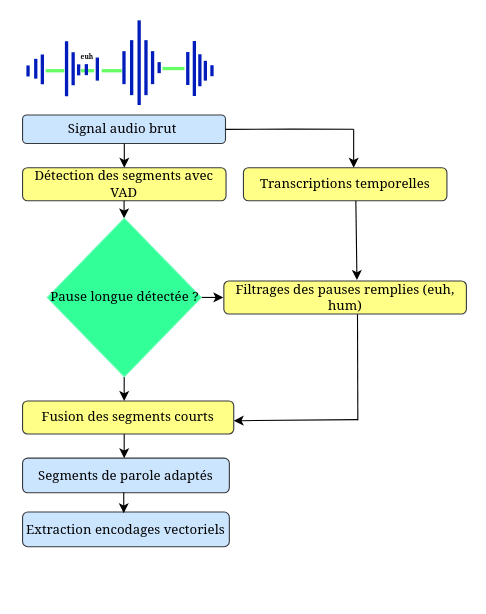
Earlier version of the draw.io diagram page "Page-2" (2 of 2) of Trimodal_Fluency_sslmodel.drawio (papasega/Applied-Deep-Learning). Source tidied: cells renumbered, new cells numbered last; positions are measured from the earlier drawing's top-left corner, leaving out a move shared by most shapes. Both pictures are drawn from the tidied source at 110%, with x=0, y=0 at pixel (22, 20).
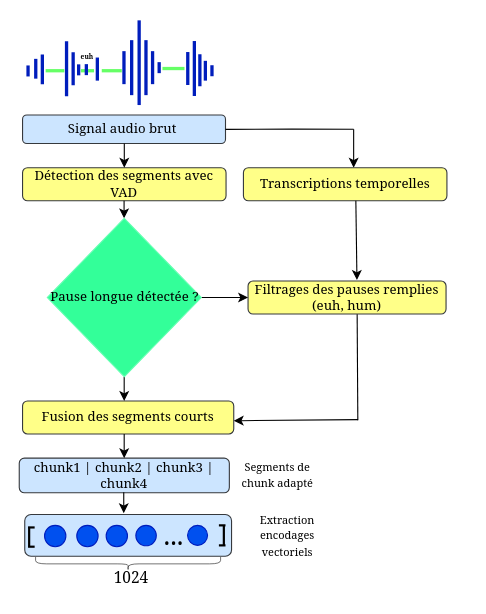
The same diagram, later.

Commit message:
Mettre à jour Trimodal_Fluency_sslmodel.drawio

Change to the diagram source:
```diff
@@
     <mxCell id="4" value="&lt;font face=&quot;Georgia&quot;&gt;Filtrages des pauses remplies (euh, hum)&lt;/font&gt;" style="rounded=1;whiteSpace=wrap;html=1;fillColor=#ffff88;strokeColor=#36393d;" parent="1" vertex="1">
-      <mxGeometry x="183" y="237" width="220.5" height="30" as="geometry" />
+      <mxGeometry x="205" y="237" width="180" height="30" as="geometry" />
     </mxCell>
@@
-    <mxCell id="6" value="&lt;font face=&quot;Georgia&quot;&gt;Segments de parole adaptés&lt;/font&gt;" style="rounded=1;whiteSpace=wrap;html=1;fillColor=#cce5ff;strokeColor=#36393d;" parent="1" vertex="1">
-      <mxGeometry y="398" width="188" height="31.5" as="geometry" />
+    <mxCell id="6" value="&lt;font face=&quot;Georgia&quot;&gt;chunk1 | chunk2 | chunk3 | chunk4&lt;/font&gt;" style="rounded=1;whiteSpace=wrap;html=1;fillColor=#cce5ff;strokeColor=#36393d;" parent="1" vertex="1">
+      <mxGeometry x="-3" y="398" width="191" height="31.5" as="geometry" />
     </mxCell>
@@
-    <mxCell id="8" style="endArrow=classic;html=1;rounded=0;" parent="1" edge="1">
+    <mxCell id="8" style="endArrow=classic;html=1;rounded=0;entryX=0;entryY=0.5;entryDx=0;entryDy=0;" parent="1" edge="1" target="4">
       <mxGeometry relative="1" as="geometry">
         <mxPoint x="162.5" y="251.9" as="sourcePoint" />
-        <mxPoint x="182.5" y="251.9" as="targetPoint" />
       </mxGeometry>
     </mxCell>
@@
-    <mxCell id="39" value="&lt;font face=&quot;Georgia&quot;&gt;Extraction encodages vectoriels&lt;/font&gt;" style="rounded=1;whiteSpace=wrap;html=1;fillColor=#cce5ff;strokeColor=#36393d;" parent="1" vertex="1">
-      <mxGeometry y="447" width="188" height="31.5" as="geometry" />
+    <mxCell id="39" value="&amp;nbsp; &amp;nbsp; &amp;nbsp; &amp;nbsp; &amp;nbsp; &amp;nbsp; &amp;nbsp; &amp;nbsp; &amp;nbsp; &amp;nbsp; &amp;nbsp; &amp;nbsp; &amp;nbsp; &amp;nbsp; &amp;nbsp; &amp;nbsp; &amp;nbsp; &amp;nbsp;&lt;font face=&quot;Georgia&quot; style=&quot;font-size: 24px;&quot;&gt;.&lt;font style=&quot;&quot;&gt;..&lt;/font&gt;&lt;/font&gt;&amp;nbsp; &amp;nbsp; &amp;nbsp; &amp;nbsp; &amp;nbsp;&amp;nbsp;" style="rounded=1;whiteSpace=wrap;html=1;fillColor=#cce5ff;strokeColor=#36393d;" parent="1" vertex="1">
+      <mxGeometry x="2" y="449.2" width="188" height="38" as="geometry" />
     </mxCell>
@@
+    <mxCell id="45" value="&lt;font style=&quot;font-size: 10px;&quot; face=&quot;Georgia&quot;&gt;Segments de chunk adapté&lt;/font&gt;" style="text;html=1;align=center;verticalAlign=middle;whiteSpace=wrap;rounded=0;" parent="1" vertex="1">
+      <mxGeometry x="192" y="398" width="80" height="30" as="geometry" />
+    </mxCell>
+    <mxCell id="46" value="&lt;span style=&quot;font-family: Georgia;&quot;&gt;&lt;font style=&quot;font-size: 10px;&quot;&gt;Extraction encodages vectoriels&lt;/font&gt;&lt;/span&gt;" style="text;html=1;align=center;verticalAlign=middle;whiteSpace=wrap;rounded=0;" parent="1" vertex="1">
+      <mxGeometry x="194" y="453.7" width="94.2" height="29" as="geometry" />
+    </mxCell>
+    <mxCell id="47" style="shape=curlyBracket;whiteSpace=wrap;html=1;rounded=1;flipH=1;labelPosition=right;verticalLabelPosition=middle;align=left;verticalAlign=middle;rotation=90;strokeWidth=0.5;" parent="1" vertex="1">
+      <mxGeometry x="89.7" y="410" width="12.5" height="168.2" as="geometry" />
+    </mxCell>
+    <mxCell id="48" style="ellipse;whiteSpace=wrap;html=1;strokeColor=#001DBC;fillColor=#0050ef;fontColor=#ffffff;" parent="1" vertex="1">
+      <mxGeometry x="20" y="459.1" width="19.4" height="19.4" as="geometry" />
+    </mxCell>
+    <mxCell id="49" value="&lt;font style=&quot;font-size: 14px;&quot; face=&quot;Georgia&quot;&gt;1024&lt;/font&gt;" style="text;html=1;align=center;verticalAlign=middle;whiteSpace=wrap;rounded=0;" parent="1" vertex="1">
+      <mxGeometry x="68.7" y="492" width="60" height="30" as="geometry" />
+    </mxCell>
+    <mxCell id="50" style="ellipse;whiteSpace=wrap;html=1;strokeColor=#001DBC;fillColor=#0050ef;fontColor=#ffffff;" parent="1" vertex="1">
+      <mxGeometry x="49.3" y="459.1" width="19.4" height="19.4" as="geometry" />
+    </mxCell>
+    <mxCell id="51" style="ellipse;whiteSpace=wrap;html=1;strokeColor=#001DBC;fillColor=#0050ef;fontColor=#ffffff;" parent="1" vertex="1">
+      <mxGeometry x="76" y="459.1" width="19.4" height="19.4" as="geometry" />
+    </mxCell>
+    <mxCell id="52" style="ellipse;whiteSpace=wrap;html=1;strokeColor=#001DBC;fillColor=#0050ef;fontColor=#ffffff;" parent="1" vertex="1">
+      <mxGeometry x="103" y="459.1" width="18.6" height="18.6" as="geometry" />
+    </mxCell>
+    <mxCell id="53" style="ellipse;whiteSpace=wrap;html=1;strokeColor=#001DBC;fillColor=#0050ef;fontColor=#ffffff;" parent="1" vertex="1">
+      <mxGeometry x="150" y="459.1" width="18.2" height="18.2" as="geometry" />
+    </mxCell>
+    <mxCell id="54" style="endArrow=none;html=1;rounded=0;strokeWidth=2;" parent="1" edge="1">
+      <mxGeometry relative="1" as="geometry">
+        <mxPoint x="6" y="478.5" as="sourcePoint" />
+        <mxPoint x="6" y="460.5" as="targetPoint" />
+      </mxGeometry>
+    </mxCell>
+    <mxCell id="55" style="endArrow=none;html=1;rounded=0;strokeWidth=2;" parent="1" edge="1">
+      <mxGeometry relative="1" as="geometry">
+        <mxPoint x="183" y="477.1" as="sourcePoint" />
+        <mxPoint x="183" y="459.1" as="targetPoint" />
+      </mxGeometry>
+    </mxCell>
+    <mxCell id="56" style="endArrow=none;html=1;rounded=0;strokeWidth=2;" parent="1" edge="1">
+      <mxGeometry relative="1" as="geometry">
+        <mxPoint x="11" y="461" as="sourcePoint" />
+        <mxPoint x="5" y="461" as="targetPoint" />
+      </mxGeometry>
+    </mxCell>
+    <mxCell id="57" style="endArrow=none;html=1;rounded=0;strokeWidth=2;" parent="1" edge="1">
+      <mxGeometry relative="1" as="geometry">
+        <mxPoint x="11" y="478.5" as="sourcePoint" />
+        <mxPoint x="5" y="478.5" as="targetPoint" />
+      </mxGeometry>
+    </mxCell>
+    <mxCell id="58" style="endArrow=none;html=1;rounded=0;strokeWidth=2;" parent="1" edge="1">
+      <mxGeometry relative="1" as="geometry">
+        <mxPoint x="184.5" y="459.1" as="sourcePoint" />
+        <mxPoint x="178.5" y="459.1" as="targetPoint" />
+      </mxGeometry>
+    </mxCell>
+    <mxCell id="59" style="endArrow=none;html=1;rounded=0;strokeWidth=2;" parent="1" edge="1">
+      <mxGeometry relative="1" as="geometry">
+        <mxPoint x="184.5" y="477.3" as="sourcePoint" />
+        <mxPoint x="178.5" y="477.3" as="targetPoint" />
+      </mxGeometry>
+    </mxCell>
```
